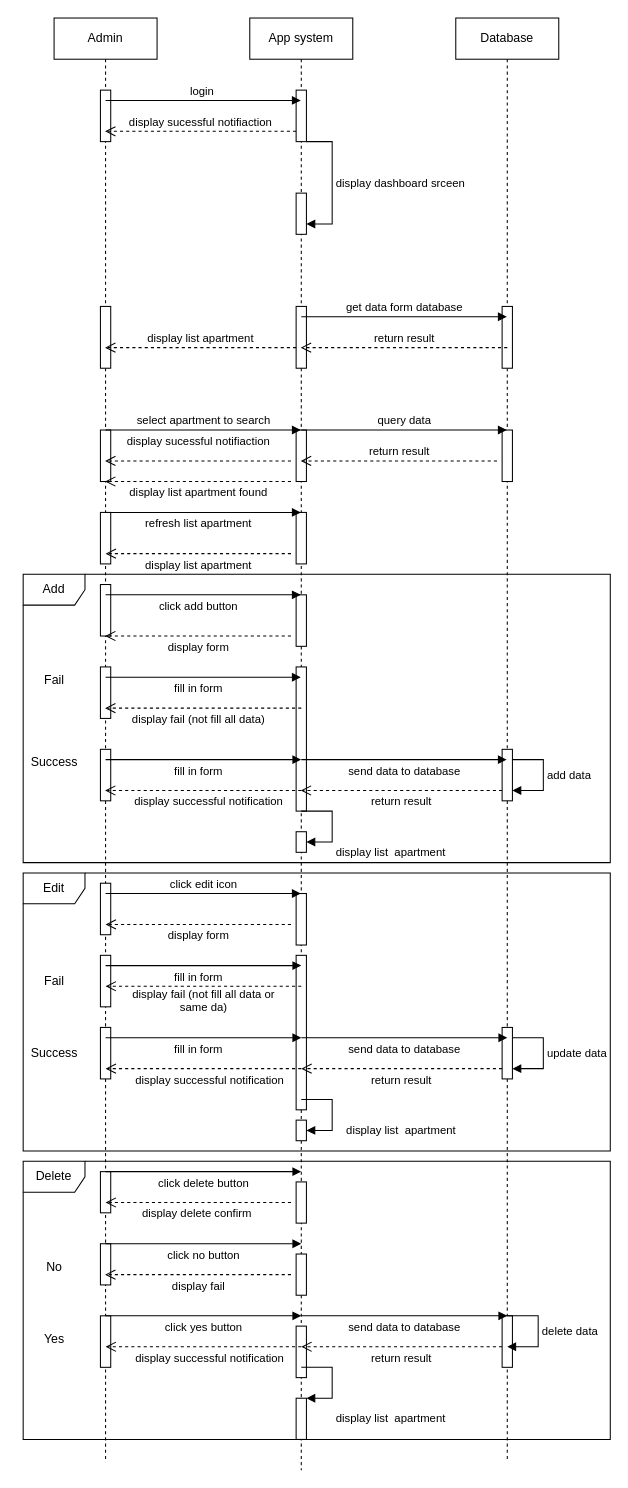
The draw.io diagram page "Page-3" (3 of 10) of diagram/Sequence Diagram 3.drawio in duongminhthanh/app_system_management_visitor_for_old_aparment, before the edit. Source tidied: cells renumbered, new cells numbered last; positions are measured from the earlier drawing's top-left corner, leaving out a move shared by most shapes. Both pictures are drawn from the tidied source at 103%, with x=0, y=0 at pixel (18, 18).
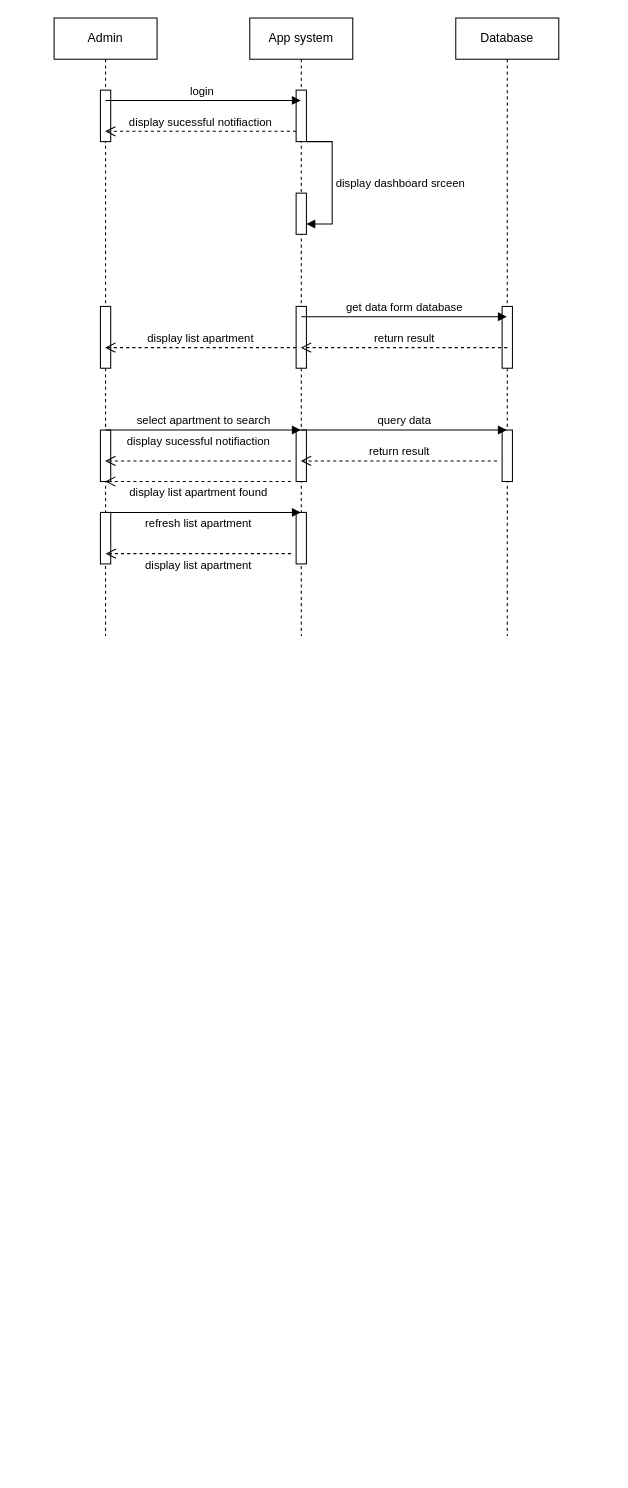
The same page after the edit.

What changed in the source:
```diff
@@
     <mxCell id="2" value="Admin" style="shape=umlLifeline;perimeter=lifelinePerimeter;whiteSpace=wrap;html=1;outlineConnect=0;portConstraint=eastwest;newEdgeStyle={&quot;edgeStyle&quot;:&quot;elbowEdgeStyle&quot;,&quot;elbow&quot;:&quot;vertical&quot;,&quot;curved&quot;:0,&quot;rounded&quot;:0};" parent="1" vertex="1">
-      <mxGeometry x="35" width="100" height="1400" as="geometry" />
+      <mxGeometry x="35" width="100" height="600" as="geometry" />
     </mxCell>
@@
-    <mxCell id="7" style="html=1;perimeter=orthogonalPerimeter;targetShapes=umlLifeline;newEdgeStyle={&quot;edgeStyle&quot;:&quot;elbowEdgeStyle&quot;,&quot;elbow&quot;:&quot;vertical&quot;,&quot;curved&quot;:0,&quot;rounded&quot;:0};" parent="2" vertex="1">
-      <mxGeometry x="45" y="550" width="10" height="50" as="geometry" />
-    </mxCell>
-    <mxCell id="8" style="html=1;perimeter=orthogonalPerimeter;targetShapes=umlLifeline;newEdgeStyle={&quot;edgeStyle&quot;:&quot;elbowEdgeStyle&quot;,&quot;elbow&quot;:&quot;vertical&quot;,&quot;curved&quot;:0,&quot;rounded&quot;:0};" parent="2" vertex="1">
-      <mxGeometry x="45" y="630" width="10" height="50" as="geometry" />
-    </mxCell>
-    <mxCell id="9" style="html=1;perimeter=orthogonalPerimeter;targetShapes=umlLifeline;newEdgeStyle={&quot;edgeStyle&quot;:&quot;elbowEdgeStyle&quot;,&quot;elbow&quot;:&quot;vertical&quot;,&quot;curved&quot;:0,&quot;rounded&quot;:0};" parent="2" vertex="1">
-      <mxGeometry x="45" y="710" width="10" height="50" as="geometry" />
-    </mxCell>
-    <mxCell id="10" style="html=1;perimeter=orthogonalPerimeter;targetShapes=umlLifeline;newEdgeStyle={&quot;edgeStyle&quot;:&quot;elbowEdgeStyle&quot;,&quot;elbow&quot;:&quot;vertical&quot;,&quot;curved&quot;:0,&quot;rounded&quot;:0};" parent="2" vertex="1">
-      <mxGeometry x="45" y="840" width="10" height="50" as="geometry" />
-    </mxCell>
-    <mxCell id="11" style="html=1;perimeter=orthogonalPerimeter;targetShapes=umlLifeline;newEdgeStyle={&quot;edgeStyle&quot;:&quot;elbowEdgeStyle&quot;,&quot;elbow&quot;:&quot;vertical&quot;,&quot;curved&quot;:0,&quot;rounded&quot;:0};" parent="2" vertex="1">
-      <mxGeometry x="45" y="910" width="10" height="50" as="geometry" />
-    </mxCell>
-    <mxCell id="12" style="html=1;perimeter=orthogonalPerimeter;targetShapes=umlLifeline;newEdgeStyle={&quot;edgeStyle&quot;:&quot;elbowEdgeStyle&quot;,&quot;elbow&quot;:&quot;vertical&quot;,&quot;curved&quot;:0,&quot;rounded&quot;:0};" parent="2" vertex="1">
-      <mxGeometry x="45" y="980" width="10" height="50" as="geometry" />
-    </mxCell>
-    <mxCell id="13" style="html=1;perimeter=orthogonalPerimeter;targetShapes=umlLifeline;newEdgeStyle={&quot;edgeStyle&quot;:&quot;elbowEdgeStyle&quot;,&quot;elbow&quot;:&quot;vertical&quot;,&quot;curved&quot;:0,&quot;rounded&quot;:0};" parent="2" vertex="1">
-      <mxGeometry x="45" y="1120" width="10" height="40" as="geometry" />
-    </mxCell>
-    <mxCell id="14" style="html=1;perimeter=orthogonalPerimeter;targetShapes=umlLifeline;newEdgeStyle={&quot;edgeStyle&quot;:&quot;elbowEdgeStyle&quot;,&quot;elbow&quot;:&quot;vertical&quot;,&quot;curved&quot;:0,&quot;rounded&quot;:0};" parent="2" vertex="1">
-      <mxGeometry x="45" y="1190" width="10" height="40" as="geometry" />
-    </mxCell>
-    <mxCell id="15" style="html=1;perimeter=orthogonalPerimeter;targetShapes=umlLifeline;newEdgeStyle={&quot;edgeStyle&quot;:&quot;elbowEdgeStyle&quot;,&quot;elbow&quot;:&quot;vertical&quot;,&quot;curved&quot;:0,&quot;rounded&quot;:0};" parent="2" vertex="1">
-      <mxGeometry x="45" y="1260" width="10" height="50" as="geometry" />
-    </mxCell>
     <mxCell id="16" value="App system" style="shape=umlLifeline;perimeter=lifelinePerimeter;whiteSpace=wrap;html=1;outlineConnect=0;portConstraint=eastwest;newEdgeStyle={&quot;edgeStyle&quot;:&quot;elbowEdgeStyle&quot;,&quot;elbow&quot;:&quot;vertical&quot;,&quot;curved&quot;:0,&quot;rounded&quot;:0};" parent="1" vertex="1">
-      <mxGeometry x="225" width="100" height="1410" as="geometry" />
+      <mxGeometry x="225" width="100" height="600" as="geometry" />
     </mxCell>
@@
-    <mxCell id="23" style="html=1;perimeter=orthogonalPerimeter;targetShapes=umlLifeline;newEdgeStyle={&quot;edgeStyle&quot;:&quot;elbowEdgeStyle&quot;,&quot;elbow&quot;:&quot;vertical&quot;,&quot;curved&quot;:0,&quot;rounded&quot;:0};" parent="16" vertex="1">
-      <mxGeometry x="45" y="560" width="10" height="50" as="geometry" />
-    </mxCell>
-    <mxCell id="24" style="html=1;perimeter=orthogonalPerimeter;targetShapes=umlLifeline;newEdgeStyle={&quot;edgeStyle&quot;:&quot;elbowEdgeStyle&quot;,&quot;elbow&quot;:&quot;vertical&quot;,&quot;curved&quot;:0,&quot;rounded&quot;:0};" parent="16" vertex="1">
-      <mxGeometry x="45" y="630" width="10" height="140" as="geometry" />
-    </mxCell>
-    <mxCell id="25" style="html=1;points=[];perimeter=orthogonalPerimeter;outlineConnect=0;targetShapes=umlLifeline;portConstraint=eastwest;newEdgeStyle={&quot;edgeStyle&quot;:&quot;elbowEdgeStyle&quot;,&quot;elbow&quot;:&quot;vertical&quot;,&quot;curved&quot;:0,&quot;rounded&quot;:0};" parent="16" vertex="1">
-      <mxGeometry x="45" y="790" width="10" height="20" as="geometry" />
-    </mxCell>
-    <mxCell id="26" value="display list&amp;nbsp; apartment" style="html=1;align=left;spacingLeft=2;endArrow=block;rounded=0;edgeStyle=orthogonalEdgeStyle;curved=0;rounded=0;" parent="16" edge="1" target="25">
-      <mxGeometry x="0.41" y="10" relative="1" as="geometry">
-        <mxPoint x="50" y="770" as="sourcePoint" />
-        <Array as="points">
-          <mxPoint x="80" y="800" />
-        </Array>
-      </mxGeometry>
-    </mxCell>
-    <mxCell id="27" style="html=1;perimeter=orthogonalPerimeter;targetShapes=umlLifeline;newEdgeStyle={&quot;edgeStyle&quot;:&quot;elbowEdgeStyle&quot;,&quot;elbow&quot;:&quot;vertical&quot;,&quot;curved&quot;:0,&quot;rounded&quot;:0};" parent="16" vertex="1">
-      <mxGeometry x="45" y="850" width="10" height="50" as="geometry" />
-    </mxCell>
-    <mxCell id="28" style="html=1;perimeter=orthogonalPerimeter;targetShapes=umlLifeline;newEdgeStyle={&quot;edgeStyle&quot;:&quot;elbowEdgeStyle&quot;,&quot;elbow&quot;:&quot;vertical&quot;,&quot;curved&quot;:0,&quot;rounded&quot;:0};" parent="16" vertex="1">
-      <mxGeometry x="45" y="910" width="10" height="150" as="geometry" />
-    </mxCell>
-    <mxCell id="29" style="html=1;points=[];perimeter=orthogonalPerimeter;outlineConnect=0;targetShapes=umlLifeline;portConstraint=eastwest;newEdgeStyle={&quot;edgeStyle&quot;:&quot;elbowEdgeStyle&quot;,&quot;elbow&quot;:&quot;vertical&quot;,&quot;curved&quot;:0,&quot;rounded&quot;:0};" parent="16" vertex="1">
-      <mxGeometry x="45" y="1070" width="10" height="20" as="geometry" />
-    </mxCell>
-    <mxCell id="30" value="display list&amp;nbsp; apartment" style="html=1;align=left;spacingLeft=2;endArrow=block;rounded=0;edgeStyle=orthogonalEdgeStyle;curved=0;rounded=0;" parent="16" edge="1" target="29">
-      <mxGeometry x="0.41" y="-10" relative="1" as="geometry">
-        <mxPoint x="50" y="1050" as="sourcePoint" />
-        <Array as="points">
-          <mxPoint x="80" y="1080" />
-        </Array>
-        <mxPoint x="10" y="10" as="offset" />
-      </mxGeometry>
-    </mxCell>
-    <mxCell id="31" style="html=1;perimeter=orthogonalPerimeter;targetShapes=umlLifeline;newEdgeStyle={&quot;edgeStyle&quot;:&quot;elbowEdgeStyle&quot;,&quot;elbow&quot;:&quot;vertical&quot;,&quot;curved&quot;:0,&quot;rounded&quot;:0};" parent="16" vertex="1">
-      <mxGeometry x="45" y="1130" width="10" height="40" as="geometry" />
-    </mxCell>
-    <mxCell id="32" style="html=1;perimeter=orthogonalPerimeter;targetShapes=umlLifeline;newEdgeStyle={&quot;edgeStyle&quot;:&quot;elbowEdgeStyle&quot;,&quot;elbow&quot;:&quot;vertical&quot;,&quot;curved&quot;:0,&quot;rounded&quot;:0};" parent="16" vertex="1">
-      <mxGeometry x="45" y="1200" width="10" height="40" as="geometry" />
-    </mxCell>
-    <mxCell id="33" style="html=1;perimeter=orthogonalPerimeter;targetShapes=umlLifeline;newEdgeStyle={&quot;edgeStyle&quot;:&quot;elbowEdgeStyle&quot;,&quot;elbow&quot;:&quot;vertical&quot;,&quot;curved&quot;:0,&quot;rounded&quot;:0};" parent="16" vertex="1">
-      <mxGeometry x="45" y="1270" width="10" height="50" as="geometry" />
-    </mxCell>
-    <mxCell id="34" style="html=1;perimeter=orthogonalPerimeter;targetShapes=umlLifeline;newEdgeStyle={&quot;edgeStyle&quot;:&quot;elbowEdgeStyle&quot;,&quot;elbow&quot;:&quot;vertical&quot;,&quot;curved&quot;:0,&quot;rounded&quot;:0};" parent="16" vertex="1">
-      <mxGeometry x="45" y="1340" width="10" height="40" as="geometry" />
-    </mxCell>
     <mxCell id="35" value="Database" style="shape=umlLifeline;perimeter=lifelinePerimeter;whiteSpace=wrap;html=1;outlineConnect=0;portConstraint=eastwest;newEdgeStyle={&quot;edgeStyle&quot;:&quot;elbowEdgeStyle&quot;,&quot;elbow&quot;:&quot;vertical&quot;,&quot;curved&quot;:0,&quot;rounded&quot;:0};" parent="1" vertex="1">
-      <mxGeometry x="425" width="100" height="1400" as="geometry" />
+      <mxGeometry x="425" width="100" height="600" as="geometry" />
     </mxCell>
@@
-    <mxCell id="38" style="html=1;points=[];perimeter=orthogonalPerimeter;outlineConnect=0;targetShapes=umlLifeline;portConstraint=eastwest;newEdgeStyle={&quot;edgeStyle&quot;:&quot;elbowEdgeStyle&quot;,&quot;elbow&quot;:&quot;vertical&quot;,&quot;curved&quot;:0,&quot;rounded&quot;:0};" parent="35" vertex="1">
-      <mxGeometry x="45" y="710" width="10" height="50" as="geometry" />
-    </mxCell>
-    <mxCell id="39" style="html=1;points=[];perimeter=orthogonalPerimeter;outlineConnect=0;targetShapes=umlLifeline;portConstraint=eastwest;newEdgeStyle={&quot;edgeStyle&quot;:&quot;elbowEdgeStyle&quot;,&quot;elbow&quot;:&quot;vertical&quot;,&quot;curved&quot;:0,&quot;rounded&quot;:0};" parent="35" vertex="1">
-      <mxGeometry x="45" y="980" width="10" height="50" as="geometry" />
-    </mxCell>
-    <mxCell id="40" value="add data" style="html=1;align=left;spacingLeft=2;endArrow=block;rounded=0;edgeStyle=orthogonalEdgeStyle;curved=0;rounded=0;" parent="35" edge="1" target="38">
-      <mxGeometry relative="1" as="geometry">
-        <mxPoint x="55" y="720" as="sourcePoint" />
-        <Array as="points">
-          <mxPoint x="85" y="720" />
-          <mxPoint x="85" y="750" />
-        </Array>
-      </mxGeometry>
-    </mxCell>
-    <mxCell id="41" style="html=1;perimeter=orthogonalPerimeter;targetShapes=umlLifeline;newEdgeStyle={&quot;edgeStyle&quot;:&quot;elbowEdgeStyle&quot;,&quot;elbow&quot;:&quot;vertical&quot;,&quot;curved&quot;:0,&quot;rounded&quot;:0};" parent="35" vertex="1">
-      <mxGeometry x="45" y="1260" width="10" height="50" as="geometry" />
-    </mxCell>
@@
-    <mxCell id="54" value="click add button" style="html=1;verticalAlign=bottom;endArrow=block;edgeStyle=elbowEdgeStyle;elbow=vertical;curved=0;rounded=0;" parent="1" edge="1" target="16">
-      <mxGeometry x="-0.05" y="-20" relative="1" as="geometry">
-        <mxPoint x="85" y="560" as="sourcePoint" />
-      </mxGeometry>
-    </mxCell>
-    <mxCell id="55" value="display form" style="html=1;verticalAlign=bottom;endArrow=open;dashed=1;endSize=8;edgeStyle=elbowEdgeStyle;elbow=vertical;curved=0;rounded=0;" parent="1" edge="1" target="2">
-      <mxGeometry y="20" relative="1" as="geometry">
-        <mxPoint x="265" y="600" as="sourcePoint" />
-      </mxGeometry>
-    </mxCell>
-    <mxCell id="56" value="fill in form" style="html=1;verticalAlign=bottom;endArrow=block;edgeStyle=elbowEdgeStyle;elbow=vertical;curved=0;rounded=0;" parent="1" edge="1" target="16">
-      <mxGeometry x="-0.05" y="-20" relative="1" as="geometry">
-        <mxPoint x="85" y="640" as="sourcePoint" />
-      </mxGeometry>
-    </mxCell>
-    <mxCell id="57" value="display fail (not fill all data)" style="html=1;verticalAlign=bottom;endArrow=open;dashed=1;endSize=8;edgeStyle=elbowEdgeStyle;elbow=vertical;curved=0;rounded=0;" parent="1" edge="1" target="2">
-      <mxGeometry x="0.05" y="20" relative="1" as="geometry">
-        <mxPoint x="275" y="670" as="sourcePoint" />
-      </mxGeometry>
-    </mxCell>
-    <mxCell id="58" value="fill in form" style="html=1;verticalAlign=bottom;endArrow=block;edgeStyle=elbowEdgeStyle;elbow=vertical;curved=0;rounded=0;" parent="1" edge="1">
-      <mxGeometry x="-0.05" y="-20" relative="1" as="geometry">
-        <mxPoint x="85" y="720" as="sourcePoint" />
-        <mxPoint x="275" y="720" as="targetPoint" />
-      </mxGeometry>
-    </mxCell>
-    <mxCell id="59" value="send data to database" style="html=1;verticalAlign=bottom;endArrow=block;edgeStyle=elbowEdgeStyle;elbow=vertical;curved=0;rounded=0;" parent="1" edge="1" target="35">
-      <mxGeometry y="-20" relative="1" as="geometry">
-        <mxPoint x="275" y="720" as="sourcePoint" />
-      </mxGeometry>
-    </mxCell>
-    <mxCell id="60" value="return result" style="html=1;verticalAlign=bottom;endArrow=open;dashed=1;endSize=8;edgeStyle=elbowEdgeStyle;elbow=vertical;curved=0;rounded=0;" parent="1" edge="1" source="38" target="16">
-      <mxGeometry y="20" relative="1" as="geometry">
-        <Array as="points">
-          <mxPoint x="375" y="750" />
-          <mxPoint x="435" y="760" />
-        </Array>
-      </mxGeometry>
-    </mxCell>
-    <mxCell id="61" value="display successful notification" style="html=1;verticalAlign=bottom;endArrow=open;dashed=1;endSize=8;edgeStyle=elbowEdgeStyle;elbow=vertical;curved=0;rounded=0;" parent="1" edge="1" target="2">
-      <mxGeometry x="-0.06" y="20" relative="1" as="geometry">
-        <mxPoint x="275" y="750" as="sourcePoint" />
-      </mxGeometry>
-    </mxCell>
-    <mxCell id="62" value="click edit icon" style="html=1;verticalAlign=bottom;endArrow=block;edgeStyle=elbowEdgeStyle;elbow=vertical;curved=0;rounded=0;" parent="1" edge="1" target="16">
-      <mxGeometry relative="1" as="geometry">
-        <mxPoint x="85" y="850" as="sourcePoint" />
-      </mxGeometry>
-    </mxCell>
-    <mxCell id="63" value="display form" style="html=1;verticalAlign=bottom;endArrow=open;dashed=1;endSize=8;edgeStyle=elbowEdgeStyle;elbow=vertical;curved=0;rounded=0;" parent="1" edge="1">
-      <mxGeometry y="20" relative="1" as="geometry">
-        <mxPoint x="265" y="880" as="sourcePoint" />
-        <mxPoint x="85" y="880" as="targetPoint" />
-      </mxGeometry>
-    </mxCell>
-    <mxCell id="64" value="fill in form" style="html=1;verticalAlign=bottom;endArrow=block;edgeStyle=elbowEdgeStyle;elbow=vertical;curved=0;rounded=0;" parent="1" edge="1">
-      <mxGeometry x="-0.05" y="-20" relative="1" as="geometry">
-        <mxPoint x="85" y="920" as="sourcePoint" />
-        <mxPoint x="275" y="920" as="targetPoint" />
-      </mxGeometry>
-    </mxCell>
-    <mxCell id="65" value="display fail (not fill all data or &lt;br&gt;same da)" style="html=1;verticalAlign=bottom;endArrow=open;dashed=1;endSize=8;edgeStyle=elbowEdgeStyle;elbow=vertical;curved=0;rounded=0;" parent="1" edge="1">
-      <mxGeometry y="30" relative="1" as="geometry">
-        <mxPoint x="275" y="940" as="sourcePoint" />
-        <mxPoint x="85" y="940" as="targetPoint" />
-      </mxGeometry>
-    </mxCell>
-    <mxCell id="66" value="fill in form" style="html=1;verticalAlign=bottom;endArrow=block;edgeStyle=elbowEdgeStyle;elbow=vertical;curved=0;rounded=0;" parent="1" edge="1">
-      <mxGeometry x="-0.05" y="-20" relative="1" as="geometry">
-        <mxPoint x="85" y="990" as="sourcePoint" />
-        <mxPoint x="275" y="990" as="targetPoint" />
-      </mxGeometry>
-    </mxCell>
-    <mxCell id="67" value="send data to database" style="html=1;verticalAlign=bottom;endArrow=block;edgeStyle=elbowEdgeStyle;elbow=vertical;curved=0;rounded=0;" parent="1" edge="1">
-      <mxGeometry y="-20" relative="1" as="geometry">
-        <mxPoint x="275" y="990" as="sourcePoint" />
-        <mxPoint x="475" y="990" as="targetPoint" />
-      </mxGeometry>
-    </mxCell>
-    <mxCell id="68" value="update data" style="html=1;align=left;spacingLeft=2;endArrow=block;rounded=0;edgeStyle=orthogonalEdgeStyle;curved=0;rounded=0;" parent="1" edge="1" target="39">
-      <mxGeometry relative="1" as="geometry">
-        <mxPoint x="480" y="990" as="sourcePoint" />
-        <Array as="points">
-          <mxPoint x="510" y="990" />
-          <mxPoint x="510" y="1020" />
-        </Array>
-      </mxGeometry>
-    </mxCell>
-    <mxCell id="69" value="return result" style="html=1;verticalAlign=bottom;endArrow=open;dashed=1;endSize=8;edgeStyle=elbowEdgeStyle;elbow=vertical;curved=0;rounded=0;" parent="1" edge="1">
-      <mxGeometry y="20" relative="1" as="geometry">
-        <mxPoint x="470" y="1020" as="sourcePoint" />
-        <mxPoint x="275" y="1020" as="targetPoint" />
-        <Array as="points">
-          <mxPoint x="375" y="1020" />
-          <mxPoint x="435" y="1030" />
-        </Array>
-      </mxGeometry>
-    </mxCell>
-    <mxCell id="70" value="display successful notification" style="html=1;verticalAlign=bottom;endArrow=open;dashed=1;endSize=8;edgeStyle=elbowEdgeStyle;elbow=vertical;curved=0;rounded=0;" parent="1" edge="1">
-      <mxGeometry x="-0.06" y="20" relative="1" as="geometry">
-        <mxPoint x="275" y="1020" as="sourcePoint" />
-        <mxPoint x="85" y="1020" as="targetPoint" />
-      </mxGeometry>
-    </mxCell>
-    <mxCell id="71" value="Add" style="shape=umlFrame;whiteSpace=wrap;html=1;" parent="1" vertex="1">
-      <mxGeometry x="5" y="540" width="570" height="280" as="geometry" />
-    </mxCell>
-    <mxCell id="72" value="click delete button" style="html=1;verticalAlign=bottom;endArrow=block;edgeStyle=elbowEdgeStyle;elbow=vertical;curved=0;rounded=0;" parent="1" edge="1">
-      <mxGeometry y="-20" relative="1" as="geometry">
-        <mxPoint x="85" y="1120" as="sourcePoint" />
-        <mxPoint x="275" y="1120" as="targetPoint" />
-      </mxGeometry>
-    </mxCell>
-    <mxCell id="73" value="display delete confirm&amp;nbsp;" style="html=1;verticalAlign=bottom;endArrow=open;dashed=1;endSize=8;edgeStyle=elbowEdgeStyle;elbow=vertical;curved=0;rounded=0;" parent="1" edge="1">
-      <mxGeometry y="20" relative="1" as="geometry">
-        <mxPoint x="265" y="1150" as="sourcePoint" />
-        <mxPoint x="85" y="1150" as="targetPoint" />
-      </mxGeometry>
-    </mxCell>
-    <mxCell id="74" value="Fail" style="text;html=1;align=center;verticalAlign=middle;strokeColor=none;fillColor=none;" parent="1" vertex="1">
-      <mxGeometry x="15" y="628" width="40" height="30" as="geometry" />
-    </mxCell>
-    <mxCell id="75" value="Success" style="text;html=1;align=center;verticalAlign=middle;strokeColor=none;fillColor=none;" parent="1" vertex="1">
-      <mxGeometry y="708" width="70" height="30" as="geometry" />
-    </mxCell>
-    <mxCell id="76" value="click no button" style="html=1;verticalAlign=bottom;endArrow=block;edgeStyle=elbowEdgeStyle;elbow=vertical;curved=0;rounded=0;" parent="1" edge="1">
-      <mxGeometry y="-20" relative="1" as="geometry">
-        <mxPoint x="85" y="1190" as="sourcePoint" />
-        <mxPoint x="275" y="1190" as="targetPoint" />
-      </mxGeometry>
-    </mxCell>
-    <mxCell id="77" value="display fail" style="html=1;verticalAlign=bottom;endArrow=open;dashed=1;endSize=8;edgeStyle=elbowEdgeStyle;elbow=vertical;curved=0;rounded=0;" parent="1" edge="1" target="2">
-      <mxGeometry y="20" relative="1" as="geometry">
-        <mxPoint x="265" y="1220" as="sourcePoint" />
-      </mxGeometry>
-    </mxCell>
-    <mxCell id="78" value="click yes button" style="html=1;verticalAlign=bottom;endArrow=block;edgeStyle=elbowEdgeStyle;elbow=vertical;curved=0;rounded=0;" parent="1" edge="1">
-      <mxGeometry y="-20" relative="1" as="geometry">
-        <mxPoint x="85" y="1260" as="sourcePoint" />
-        <mxPoint x="275" y="1260" as="targetPoint" />
-      </mxGeometry>
-    </mxCell>
-    <mxCell id="79" value="send data to database" style="html=1;verticalAlign=bottom;endArrow=block;edgeStyle=elbowEdgeStyle;elbow=vertical;curved=0;rounded=0;" parent="1" edge="1">
-      <mxGeometry y="-20" relative="1" as="geometry">
-        <mxPoint x="275" y="1260" as="sourcePoint" />
-        <mxPoint x="475" y="1260" as="targetPoint" />
-      </mxGeometry>
-    </mxCell>
-    <mxCell id="80" value="delete data" style="html=1;align=left;spacingLeft=2;endArrow=block;rounded=0;edgeStyle=orthogonalEdgeStyle;curved=0;rounded=0;" parent="1" edge="1">
-      <mxGeometry relative="1" as="geometry">
-        <mxPoint x="475" y="1260" as="sourcePoint" />
-        <mxPoint x="475" y="1290" as="targetPoint" />
-        <Array as="points">
-          <mxPoint x="505" y="1260" />
-          <mxPoint x="505" y="1290" />
-        </Array>
-      </mxGeometry>
-    </mxCell>
-    <mxCell id="81" value="return result" style="html=1;verticalAlign=bottom;endArrow=open;dashed=1;endSize=8;edgeStyle=elbowEdgeStyle;elbow=vertical;curved=0;rounded=0;" parent="1" edge="1">
-      <mxGeometry y="20" relative="1" as="geometry">
-        <mxPoint x="470" y="1290" as="sourcePoint" />
-        <mxPoint x="275" y="1290" as="targetPoint" />
-        <Array as="points">
-          <mxPoint x="375" y="1290" />
-          <mxPoint x="435" y="1300" />
-        </Array>
-      </mxGeometry>
-    </mxCell>
-    <mxCell id="82" value="display successful notification" style="html=1;verticalAlign=bottom;endArrow=open;dashed=1;endSize=8;edgeStyle=elbowEdgeStyle;elbow=vertical;curved=0;rounded=0;" parent="1" edge="1">
-      <mxGeometry x="-0.06" y="20" relative="1" as="geometry">
-        <mxPoint x="275" y="1290" as="sourcePoint" />
-        <mxPoint x="85" y="1290" as="targetPoint" />
-      </mxGeometry>
-    </mxCell>
-    <mxCell id="83" value="display list&amp;nbsp; apartment" style="html=1;align=left;spacingLeft=2;endArrow=block;rounded=0;edgeStyle=orthogonalEdgeStyle;curved=0;rounded=0;" parent="1" edge="1">
-      <mxGeometry x="0.41" y="20" relative="1" as="geometry">
-        <mxPoint x="275" y="1310" as="sourcePoint" />
-        <mxPoint x="280" y="1340" as="targetPoint" />
-        <Array as="points">
-          <mxPoint x="305" y="1340" />
-        </Array>
-      </mxGeometry>
-    </mxCell>
-    <mxCell id="84" value="Edit" style="shape=umlFrame;whiteSpace=wrap;html=1;" parent="1" vertex="1">
-      <mxGeometry x="5" y="830" width="570" height="270" as="geometry" />
-    </mxCell>
-    <mxCell id="85" value="Fail" style="text;html=1;align=center;verticalAlign=middle;strokeColor=none;fillColor=none;" parent="1" vertex="1">
-      <mxGeometry x="15" y="920" width="40" height="30" as="geometry" />
-    </mxCell>
-    <mxCell id="86" value="Success" style="text;html=1;align=center;verticalAlign=middle;strokeColor=none;fillColor=none;" parent="1" vertex="1">
-      <mxGeometry y="990" width="70" height="30" as="geometry" />
-    </mxCell>
-    <mxCell id="87" value="Delete" style="shape=umlFrame;whiteSpace=wrap;html=1;" parent="1" vertex="1">
-      <mxGeometry x="5" y="1110" width="570" height="270" as="geometry" />
-    </mxCell>
-    <mxCell id="88" value="No" style="text;html=1;align=center;verticalAlign=middle;strokeColor=none;fillColor=none;" parent="1" vertex="1">
-      <mxGeometry x="15" y="1198" width="40" height="30" as="geometry" />
-    </mxCell>
-    <mxCell id="89" value="Yes" style="text;html=1;align=center;verticalAlign=middle;strokeColor=none;fillColor=none;" parent="1" vertex="1">
-      <mxGeometry x="15" y="1268" width="40" height="30" as="geometry" />
-    </mxCell>
```
